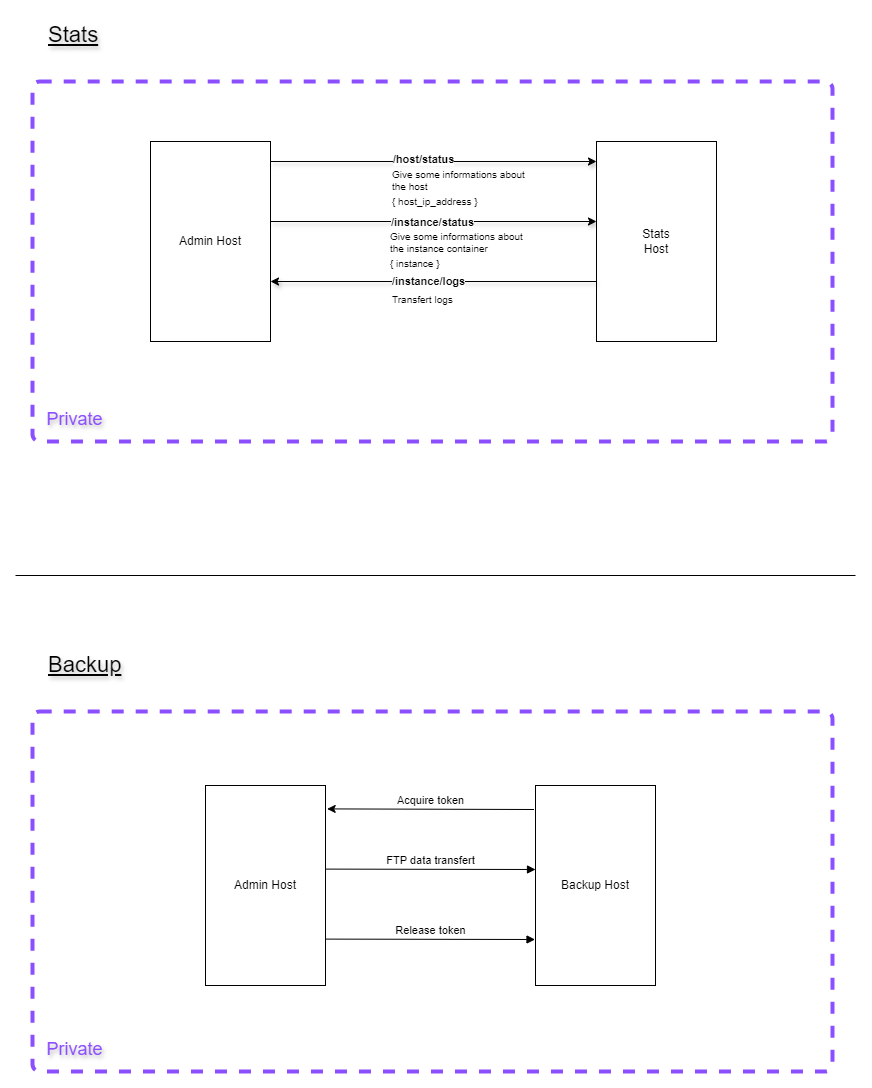
Before: doc/Admin.png, a diagram exported from draw.io (yesbabylon/b2). Source tidied: cells renumbered, new cells last; positions are measured from the earlier drawing's top-left corner, leaving out a move shared by most shapes.
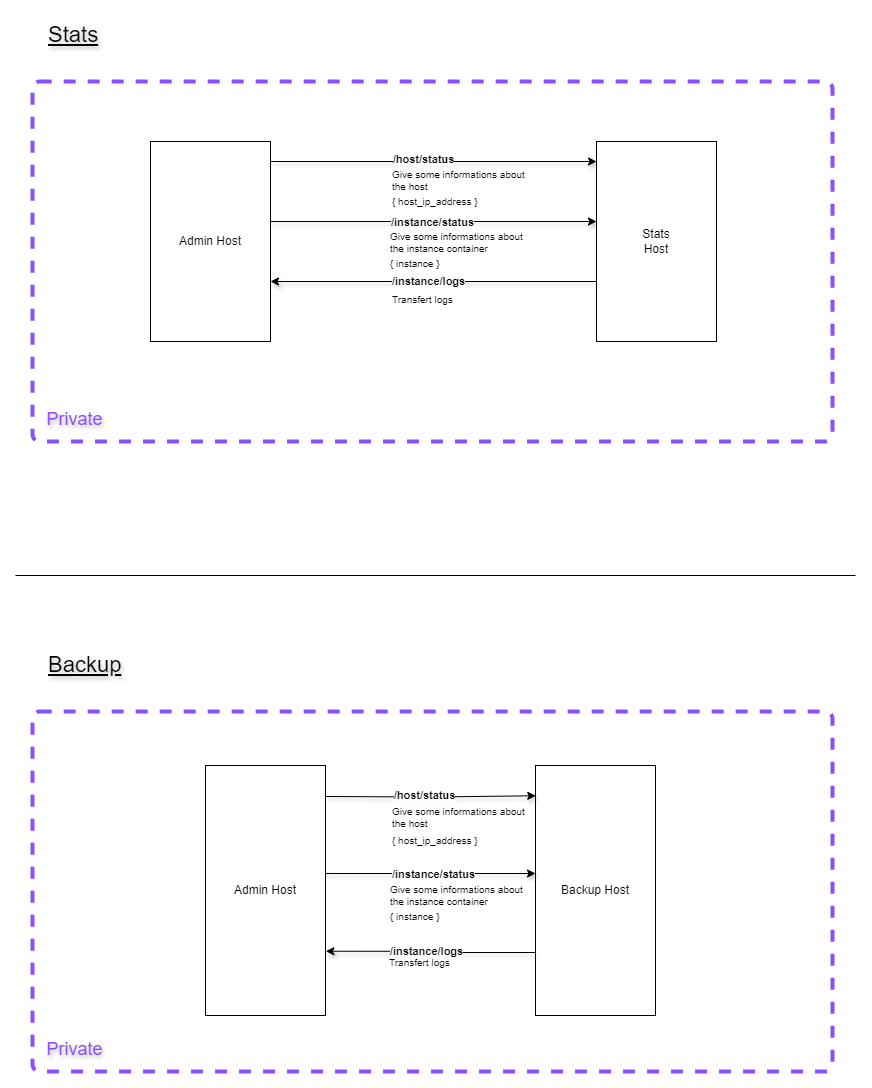
Later version of the same file.

Commit message:
Added admin chart

What changed in the source:
```diff
@@ -66,27 +66,6 @@
     <mxCell id="18" value="Transfert logs" style="text;html=1;align=left;verticalAlign=middle;strokeColor=none;fillColor=none;fontSize=10;" parent="1" vertex="1">
       <mxGeometry x="375" y="269" width="80" height="30" as="geometry" />
     </mxCell>
-    <mxCell id="19" value="Acquire token" style="html=1;verticalAlign=bottom;endArrow=none;edgeStyle=elbowEdgeStyle;elbow=vertical;curved=0;rounded=0;startArrow=classic;startFill=1;endFill=0;exitX=1.014;exitY=0.117;exitDx=0;exitDy=0;exitPerimeter=0;entryX=-0.012;entryY=0.116;entryDx=0;entryDy=0;entryPerimeter=0;" parent="1" edge="1" source="25" target="26">
-      <mxGeometry relative="1" as="geometry">
-        <Array as="points">
-          <mxPoint x="402" y="794" />
-        </Array>
-      </mxGeometry>
-    </mxCell>
-    <mxCell id="20" value="FTP data transfert" style="html=1;verticalAlign=bottom;endArrow=block;edgeStyle=elbowEdgeStyle;elbow=vertical;curved=0;rounded=0;entryX=0;entryY=0.417;entryDx=0;entryDy=0;entryPerimeter=0;exitX=1;exitY=0.418;exitDx=0;exitDy=0;exitPerimeter=0;" parent="1" edge="1" source="25" target="26">
-      <mxGeometry relative="1" as="geometry">
-        <Array as="points">
-          <mxPoint x="402" y="854" />
-        </Array>
-      </mxGeometry>
-    </mxCell>
-    <mxCell id="21" value="Release token" style="html=1;verticalAlign=bottom;endArrow=block;edgeStyle=elbowEdgeStyle;elbow=vertical;curved=0;rounded=0;exitX=1;exitY=0.768;exitDx=0;exitDy=0;exitPerimeter=0;entryX=-0.004;entryY=0.766;entryDx=0;entryDy=0;entryPerimeter=0;" parent="1" edge="1" source="25" target="26">
-      <mxGeometry relative="1" as="geometry">
-        <Array as="points">
-          <mxPoint x="402" y="924" />
-        </Array>
-      </mxGeometry>
-    </mxCell>
     <mxCell id="22" style="endArrow=none;html=1;rounded=0;" parent="1" edge="1">
       <mxGeometry relative="1" as="geometry">
         <mxPoint y="560" as="sourcePoint" />
@@ -100,10 +79,60 @@
       <mxGeometry x="19" y="1014" width="80" height="40" as="geometry" />
     </mxCell>
     <mxCell id="25" value="Admin Host" style="whiteSpace=wrap;html=1;" parent="1" vertex="1">
-      <mxGeometry x="190" y="770" width="120" height="200" as="geometry" />
+      <mxGeometry x="190" y="750" width="120" height="250" as="geometry" />
     </mxCell>
     <mxCell id="26" value="Backup Host" style="whiteSpace=wrap;html=1;" parent="1" vertex="1">
-      <mxGeometry x="520" y="770" width="120" height="200" as="geometry" />
+      <mxGeometry x="520" y="750" width="120" height="250" as="geometry" />
     </mxCell>
+    <mxCell id="27" style="edgeStyle=orthogonalEdgeStyle;rounded=0;orthogonalLoop=1;jettySize=auto;html=1;entryX=0.002;entryY=0.201;entryDx=0;entryDy=0;shadow=1;textShadow=1;fontStyle=1;exitX=1.003;exitY=0.204;exitDx=0;exitDy=0;exitPerimeter=0;entryPerimeter=0;" parent="1" edge="1">
+      <mxGeometry relative="1" as="geometry">
+        <mxPoint x="310.4" y="781" as="sourcePoint" />
+        <mxPoint x="520.2" y="780.2" as="targetPoint" />
+      </mxGeometry>
+    </mxCell>
+    <mxCell id="28" value="&lt;b&gt;/host/status&lt;/b&gt;" style="edgeLabel;html=1;align=center;verticalAlign=middle;textShadow=0;" parent="27" vertex="1">
+      <mxGeometry x="-0.07" y="2" relative="1" as="geometry" />
+    </mxCell>
+    <mxCell id="29" style="edgeStyle=orthogonalEdgeStyle;rounded=0;orthogonalLoop=1;jettySize=auto;html=1;exitX=1;exitY=0.5;exitDx=0;exitDy=0;shadow=1;textShadow=1;fontStyle=1;" parent="1" edge="1">
+      <mxGeometry relative="1" as="geometry">
+        <mxPoint x="310" y="858" as="sourcePoint" />
+        <mxPoint x="520" y="858" as="targetPoint" />
+      </mxGeometry>
+    </mxCell>
+    <mxCell id="30" value="&lt;b&gt;/instance/status&lt;/b&gt;" style="edgeLabel;html=1;align=center;verticalAlign=middle;textShadow=0;" parent="29" vertex="1">
+      <mxGeometry x="-0.08" y="-1" relative="1" as="geometry">
+        <mxPoint x="12" as="offset" />
+      </mxGeometry>
+    </mxCell>
+    <mxCell id="31" style="edgeStyle=orthogonalEdgeStyle;rounded=0;orthogonalLoop=1;jettySize=auto;html=1;exitX=1.003;exitY=0.811;exitDx=0;exitDy=0;entryX=0;entryY=0.816;entryDx=0;entryDy=0;shadow=1;textShadow=1;fontStyle=1;endArrow=none;endFill=0;startArrow=classic;startFill=1;exitPerimeter=0;entryPerimeter=0;" parent="1" edge="1">
+      <mxGeometry relative="1" as="geometry">
+        <mxPoint x="310.4" y="935.8" as="sourcePoint" />
+        <mxPoint x="520" y="937" as="targetPoint" />
+        <Array as="points">
+          <mxPoint x="416" y="936" />
+          <mxPoint x="416" y="937" />
+        </Array>
+      </mxGeometry>
+    </mxCell>
+    <mxCell id="32" value="&lt;b&gt;/instance/logs&lt;/b&gt;" style="edgeLabel;html=1;align=center;verticalAlign=middle;textShadow=0;" parent="31" vertex="1">
+      <mxGeometry x="-0.08" y="-1" relative="1" as="geometry">
+        <mxPoint x="4" y="-1" as="offset" />
+      </mxGeometry>
+    </mxCell>
+    <mxCell id="33" value="&lt;font style=&quot;font-size: 10px;&quot;&gt;{ host_ip_address }&lt;/font&gt;" style="text;html=1;align=left;verticalAlign=middle;strokeColor=none;fillColor=none;fontSize=10;" parent="1" vertex="1">
+      <mxGeometry x="375" y="810" width="110" height="30" as="geometry" />
+    </mxCell>
+    <mxCell id="34" value="&lt;font style=&quot;font-size: 10px;&quot;&gt;Give some informations about &lt;br&gt;the host&lt;/font&gt;" style="text;html=1;align=left;verticalAlign=middle;strokeColor=none;fillColor=none;fontSize=10;" parent="1" vertex="1">
+      <mxGeometry x="375" y="782" width="160" height="40" as="geometry" />
+    </mxCell>
+    <mxCell id="35" value="&lt;font style=&quot;font-size: 10px;&quot;&gt;{ instance }&lt;/font&gt;" style="text;html=1;align=left;verticalAlign=middle;strokeColor=none;fillColor=none;fontSize=10;" parent="1" vertex="1">
+      <mxGeometry x="373" y="886" width="70" height="30" as="geometry" />
+    </mxCell>
+    <mxCell id="36" value="&lt;font style=&quot;font-size: 10px;&quot;&gt;Give some informations about &lt;br&gt;the instance container&lt;/font&gt;" style="text;html=1;align=left;verticalAlign=middle;strokeColor=none;fillColor=none;fontSize=10;" parent="1" vertex="1">
+      <mxGeometry x="373" y="860" width="160" height="40" as="geometry" />
+    </mxCell>
+    <mxCell id="37" value="Transfert logs" style="text;html=1;align=left;verticalAlign=middle;strokeColor=none;fillColor=none;fontSize=10;" parent="1" vertex="1">
+      <mxGeometry x="372" y="932" width="80" height="30" as="geometry" />
+    </mxCell>
   </root>
 </mxGraphModel>
```
